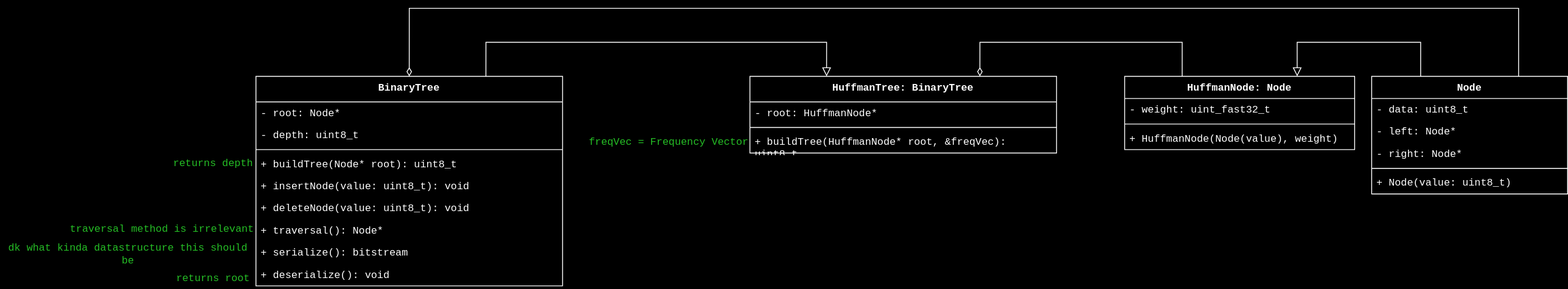
Above: documentation/uml1.svg in sodamachinebroke/slidingWindowTutorial (draw.io), before the change. Source tidied: cells renumbered, new cells last; positions are measured from the earlier drawing's top-left corner, leaving out a move shared by most shapes.
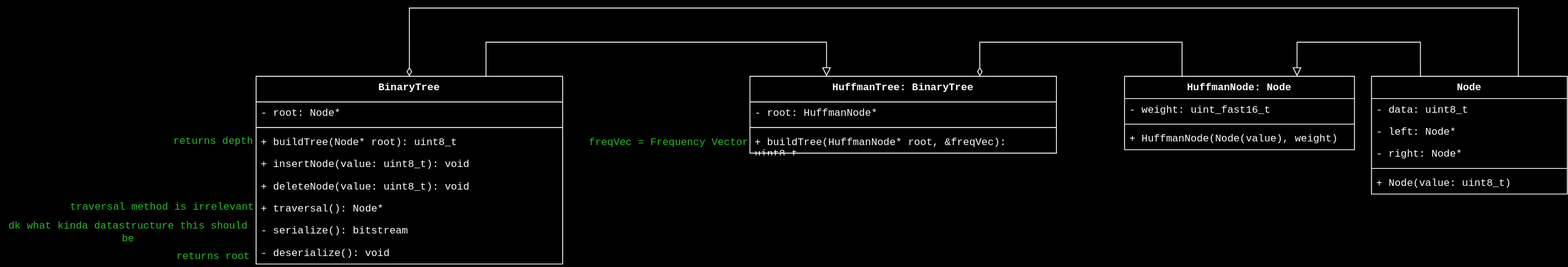
Above is the later version.

Change to the diagram source:
```diff
@@ -24,7 +24,7 @@
     <mxCell id="5" value="&lt;div&gt;- data: uint8_t&lt;/div&gt;" style="text;strokeColor=none;fillColor=none;align=left;verticalAlign=top;spacingLeft=4;spacingRight=4;overflow=hidden;whiteSpace=wrap;html=1;fontFamily=Courier New;fontSize=12;fontColor=default;" parent="4" vertex="1">
       <mxGeometry y="26" width="230" height="26" as="geometry" />
     </mxCell>
-    <mxCell id="6" value="- left: Node*" style="text;strokeColor=none;fillColor=none;align=left;verticalAlign=top;spacingLeft=4;spacingRight=4;overflow=hidden;whiteSpace=wrap;html=1;fontFamily=Courier New;fontSize=12;fontColor=default;" parent="4" vertex="1">
+    <mxCell id="6" value="- left: Node*&lt;span style=&quot;white-space: pre;&quot;&gt;&#9;&lt;/span&gt;" style="text;strokeColor=none;fillColor=none;align=left;verticalAlign=top;spacingLeft=4;spacingRight=4;overflow=hidden;whiteSpace=wrap;html=1;fontFamily=Courier New;fontSize=12;fontColor=default;" parent="4" vertex="1">
       <mxGeometry y="52" width="230" height="26" as="geometry" />
     </mxCell>
     <mxCell id="7" value="&lt;div&gt;- right: Node*&lt;/div&gt;" style="text;strokeColor=none;fillColor=none;align=left;verticalAlign=top;spacingLeft=4;spacingRight=4;overflow=hidden;whiteSpace=wrap;html=1;fontFamily=Courier New;fontSize=12;fontColor=default;" parent="4" vertex="1">
@@ -45,37 +45,34 @@
       </mxGeometry>
     </mxCell>
     <mxCell id="11" value="BinaryTree" style="swimlane;fontStyle=1;align=center;verticalAlign=top;horizontal=1;startSize=30;whiteSpace=wrap;html=1;rounded=0;spacingLeft=4;spacingRight=4;fontFamily=Courier New;fontSize=12;" parent="1" vertex="1">
-      <mxGeometry x="300" y="80" width="360" height="246" as="geometry" />
+      <mxGeometry x="300" y="80" width="360" height="220" as="geometry" />
     </mxCell>
     <mxCell id="12" value="&lt;div&gt;- root: Node*&lt;/div&gt;" style="text;strokeColor=none;fillColor=none;align=left;verticalAlign=top;spacingLeft=4;spacingRight=4;overflow=hidden;whiteSpace=wrap;html=1;fontFamily=Courier New;rounded=0;" parent="11" vertex="1">
       <mxGeometry y="30" width="360" height="26" as="geometry" />
     </mxCell>
-    <mxCell id="13" value="- depth: uint8_t" style="text;strokeColor=none;fillColor=none;align=left;verticalAlign=top;spacingLeft=4;spacingRight=4;overflow=hidden;whiteSpace=wrap;html=1;fontFamily=Courier New;fontSize=12;fontColor=default;" parent="11" vertex="1">
-      <mxGeometry y="56" width="360" height="26" as="geometry" />
-    </mxCell>
     <mxCell id="14" style="line;strokeWidth=1;fillColor=none;align=left;verticalAlign=middle;spacingTop=-1;spacingLeft=3;spacingRight=3;labelPosition=right;strokeColor=inherit;rounded=0;fontFamily=Courier New;fontSize=12;fontColor=default;" parent="11" vertex="1">
-      <mxGeometry y="82" width="360" height="8" as="geometry" />
+      <mxGeometry y="56" width="360" height="8" as="geometry" />
     </mxCell>
     <mxCell id="15" value="+ buildTree(Node* root): uint8_t" style="text;strokeColor=none;fillColor=none;align=left;verticalAlign=top;spacingLeft=4;spacingRight=4;overflow=hidden;whiteSpace=wrap;html=1;fontFamily=Courier New;fontSize=12;fontColor=default;" parent="11" vertex="1">
-      <mxGeometry y="90" width="360" height="26" as="geometry" />
+      <mxGeometry y="64" width="360" height="26" as="geometry" />
     </mxCell>
     <mxCell id="16" value="+ insertNode(value: uint8_t): void" style="text;strokeColor=none;fillColor=none;align=left;verticalAlign=top;spacingLeft=4;spacingRight=4;overflow=hidden;whiteSpace=wrap;html=1;fontFamily=Courier New;rounded=0;" parent="11" vertex="1">
-      <mxGeometry y="116" width="360" height="26" as="geometry" />
+      <mxGeometry y="90" width="360" height="26" as="geometry" />
     </mxCell>
     <mxCell id="17" value="&lt;div&gt;+ deleteNode(value: uint8_t): void  &lt;/div&gt;" style="text;strokeColor=none;fillColor=none;align=left;verticalAlign=top;spacingLeft=4;spacingRight=4;overflow=hidden;whiteSpace=wrap;html=1;fontFamily=Courier New;rounded=0;" parent="11" vertex="1">
-      <mxGeometry y="142" width="360" height="26" as="geometry" />
+      <mxGeometry y="116" width="360" height="26" as="geometry" />
     </mxCell>
     <mxCell id="18" value="&lt;div&gt;+ traversal(): Node*&lt;/div&gt;" style="text;strokeColor=none;fillColor=none;align=left;verticalAlign=top;spacingLeft=4;spacingRight=4;overflow=hidden;whiteSpace=wrap;html=1;fontFamily=Courier New;rounded=0;" parent="11" vertex="1">
-      <mxGeometry y="168" width="360" height="26" as="geometry" />
+      <mxGeometry y="142" width="360" height="26" as="geometry" />
     </mxCell>
-    <mxCell id="19" value="&lt;div&gt;+ serialize(): bitstream&lt;/div&gt;" style="text;strokeColor=none;fillColor=none;align=left;verticalAlign=top;spacingLeft=4;spacingRight=4;overflow=hidden;whiteSpace=wrap;html=1;fontFamily=Courier New;fontSize=12;fontColor=default;" parent="11" vertex="1">
-      <mxGeometry y="194" width="360" height="26" as="geometry" />
+    <mxCell id="19" value="&lt;div&gt;- serialize(): bitstream&lt;/div&gt;" style="text;strokeColor=none;fillColor=none;align=left;verticalAlign=top;spacingLeft=4;spacingRight=4;overflow=hidden;whiteSpace=wrap;html=1;fontFamily=Courier New;fontSize=12;fontColor=default;" parent="11" vertex="1">
+      <mxGeometry y="168" width="360" height="26" as="geometry" />
     </mxCell>
-    <mxCell id="20" value="+ deserialize(): void" style="text;strokeColor=none;fillColor=none;align=left;verticalAlign=top;spacingLeft=4;spacingRight=4;overflow=hidden;whiteSpace=wrap;html=1;fontFamily=Courier New;fontSize=12;fontColor=default;" parent="11" vertex="1">
-      <mxGeometry y="220" width="360" height="26" as="geometry" />
+    <mxCell id="20" value="- deserialize(): void" style="text;strokeColor=none;fillColor=none;align=left;verticalAlign=top;spacingLeft=4;spacingRight=4;overflow=hidden;whiteSpace=wrap;html=1;fontFamily=Courier New;fontSize=12;fontColor=default;" parent="11" vertex="1">
+      <mxGeometry y="194" width="360" height="26" as="geometry" />
     </mxCell>
     <mxCell id="21" value="&lt;div&gt;traversal method is irrelevant&lt;/div&gt;" style="text;html=1;align=center;verticalAlign=middle;whiteSpace=wrap;rounded=0;fontSize=12;fontFamily=Courier New;fontColor=#009900;" parent="1" vertex="1">
-      <mxGeometry x="80" y="248" width="220" height="24" as="geometry" />
+      <mxGeometry x="80" y="222" width="220" height="24" as="geometry" />
     </mxCell>
     <mxCell id="22" value="HuffmanTree: BinaryTree" style="swimlane;fontStyle=1;align=center;verticalAlign=top;horizontal=1;startSize=30;whiteSpace=wrap;html=1;fontFamily=Courier New;rounded=0;" parent="1" vertex="1">
       <mxGeometry x="880" y="80" width="360" height="90" as="geometry" />
@@ -100,7 +97,7 @@
     <mxCell id="27" value="HuffmanNode: Node" style="swimlane;fontStyle=1;align=center;verticalAlign=top;horizontal=1;startSize=26;whiteSpace=wrap;html=1;rounded=0;spacingLeft=4;spacingRight=4;fontFamily=Courier New;fontSize=12;" parent="1" vertex="1">
       <mxGeometry x="1320" y="80" width="270" height="86" as="geometry" />
     </mxCell>
-    <mxCell id="28" value="- weight: uint_fast32_t" style="text;strokeColor=none;fillColor=none;align=left;verticalAlign=top;spacingLeft=4;spacingRight=4;overflow=hidden;whiteSpace=wrap;html=1;fontFamily=Courier New;fontSize=12;fontColor=default;fontStyle=0;horizontal=1;" parent="27" vertex="1">
+    <mxCell id="28" value="- weight: uint_fast16_t" style="text;strokeColor=none;fillColor=none;align=left;verticalAlign=top;spacingLeft=4;spacingRight=4;overflow=hidden;whiteSpace=wrap;html=1;fontFamily=Courier New;fontSize=12;fontColor=default;fontStyle=0;horizontal=1;" parent="27" vertex="1">
       <mxGeometry y="26" width="270" height="26" as="geometry" />
     </mxCell>
     <mxCell id="29" style="line;strokeWidth=1;fillColor=none;align=left;verticalAlign=middle;spacingTop=-1;spacingLeft=3;spacingRight=3;labelPosition=right;strokeColor=inherit;rounded=0;fontFamily=Courier New;fontSize=12;fontColor=default;" parent="27" vertex="1">
@@ -113,13 +110,13 @@
       <mxGeometry x="690" y="145" width="190" height="26" as="geometry" />
     </mxCell>
     <mxCell id="32" value="dk what kinda datastructure this should be" style="text;html=1;align=center;verticalAlign=middle;whiteSpace=wrap;rounded=0;fontSize=12;fontFamily=Courier New;strokeColor=none;fontColor=#009900;" parent="1" vertex="1">
-      <mxGeometry y="280" width="300" height="18" as="geometry" />
+      <mxGeometry y="254" width="300" height="18" as="geometry" />
     </mxCell>
     <mxCell id="33" value="returns depth" style="text;html=1;align=center;verticalAlign=middle;whiteSpace=wrap;rounded=0;fontSize=12;fontFamily=Courier New;fontColor=#009900;" parent="1" vertex="1">
-      <mxGeometry x="200" y="171" width="100" height="24" as="geometry" />
+      <mxGeometry x="200" y="145" width="100" height="24" as="geometry" />
     </mxCell>
     <mxCell id="34" value="returns root" style="text;html=1;align=center;verticalAlign=middle;whiteSpace=wrap;rounded=0;fontSize=12;fontFamily=Courier New;strokeColor=none;fontColor=#009900;" parent="1" vertex="1">
-      <mxGeometry x="205" y="310" width="90" height="16" as="geometry" />
+      <mxGeometry x="205" y="284" width="90" height="16" as="geometry" />
     </mxCell>
   </root>
 </mxGraphModel>
```
